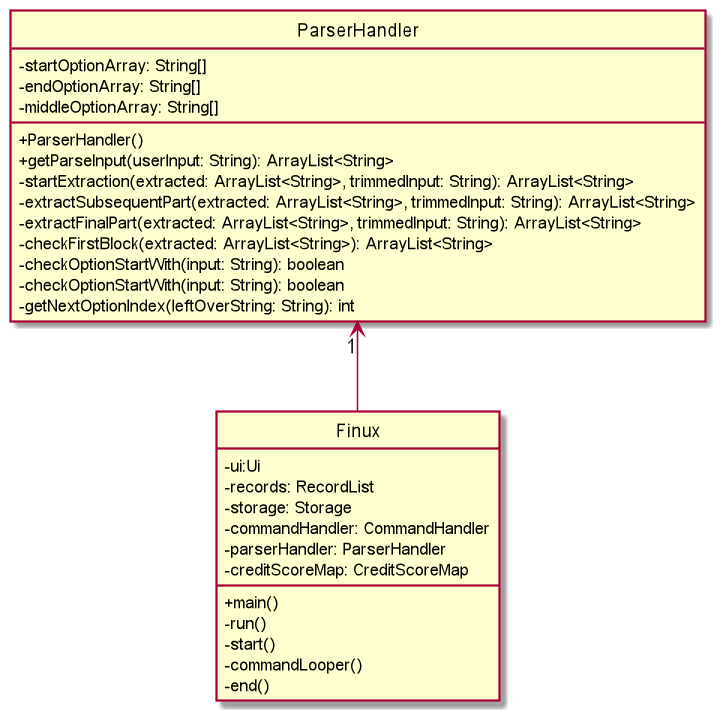
This is docs/img/ParserHandlerClassDiagram.png from nus-cs2113-AY2021S2/tp, a PlantUML export, as it was before one commit.
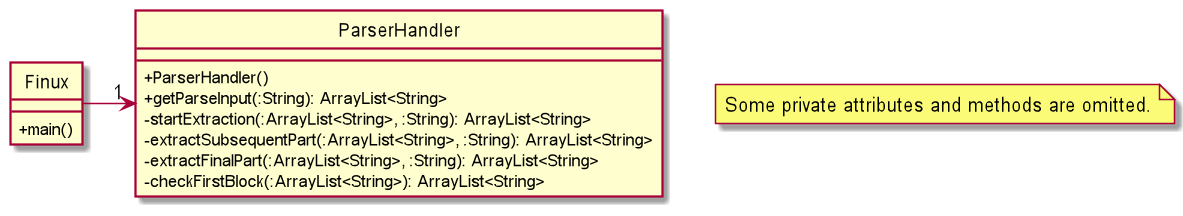
After the commit.

What changed in the source:
```diff
@@ -3,36 +3,22 @@
 skinparam classAttributeIconSize 0
 skinparam monochrome false
 
+note "Some private attributes and methods are omitted." as N1
+
 class ParserHandler {
-    -startOptionArray: String[]
-    -endOptionArray: String[]
-    -middleOptionArray: String[]
     +ParserHandler()
-    +getParseInput(userInput: String): ArrayList<String>
-    -startExtraction(extracted: ArrayList<String>, trimmedInput: String): ArrayList<String>
-    -extractSubsequentPart(extracted: ArrayList<String>, trimmedInput: String): ArrayList<String>
-    -extractFinalPart(extracted: ArrayList<String>, trimmedInput: String): ArrayList<String>
-    -checkFirstBlock(extracted: ArrayList<String>): ArrayList<String>
-    -checkOptionStartWith(input: String): boolean
-    -checkOptionStartWith(input: String): boolean
-    -getNextOptionIndex(leftOverString: String): int
+    +getParseInput(:String): ArrayList<String>
+    -startExtraction(:ArrayList<String>, :String): ArrayList<String>
+    -extractSubsequentPart(:ArrayList<String>, :String): ArrayList<String>
+    -extractFinalPart(:ArrayList<String>, :String): ArrayList<String>
+    -checkFirstBlock(:ArrayList<String>): ArrayList<String>
 }
 
 class Finux {
-    -ui:Ui
-    -records: RecordList
-    -storage: Storage
-    -commandHandler: CommandHandler
-    -parserHandler: ParserHandler
-    -creditScoreMap: CreditScoreMap
 
     +main()
-    -run()
-    -start()
-    -commandLooper()
-    -end()
 }
 
-ParserHandler"1" <-- Finux
+Finux -> "1"ParserHandler
 
 @enduml
```
